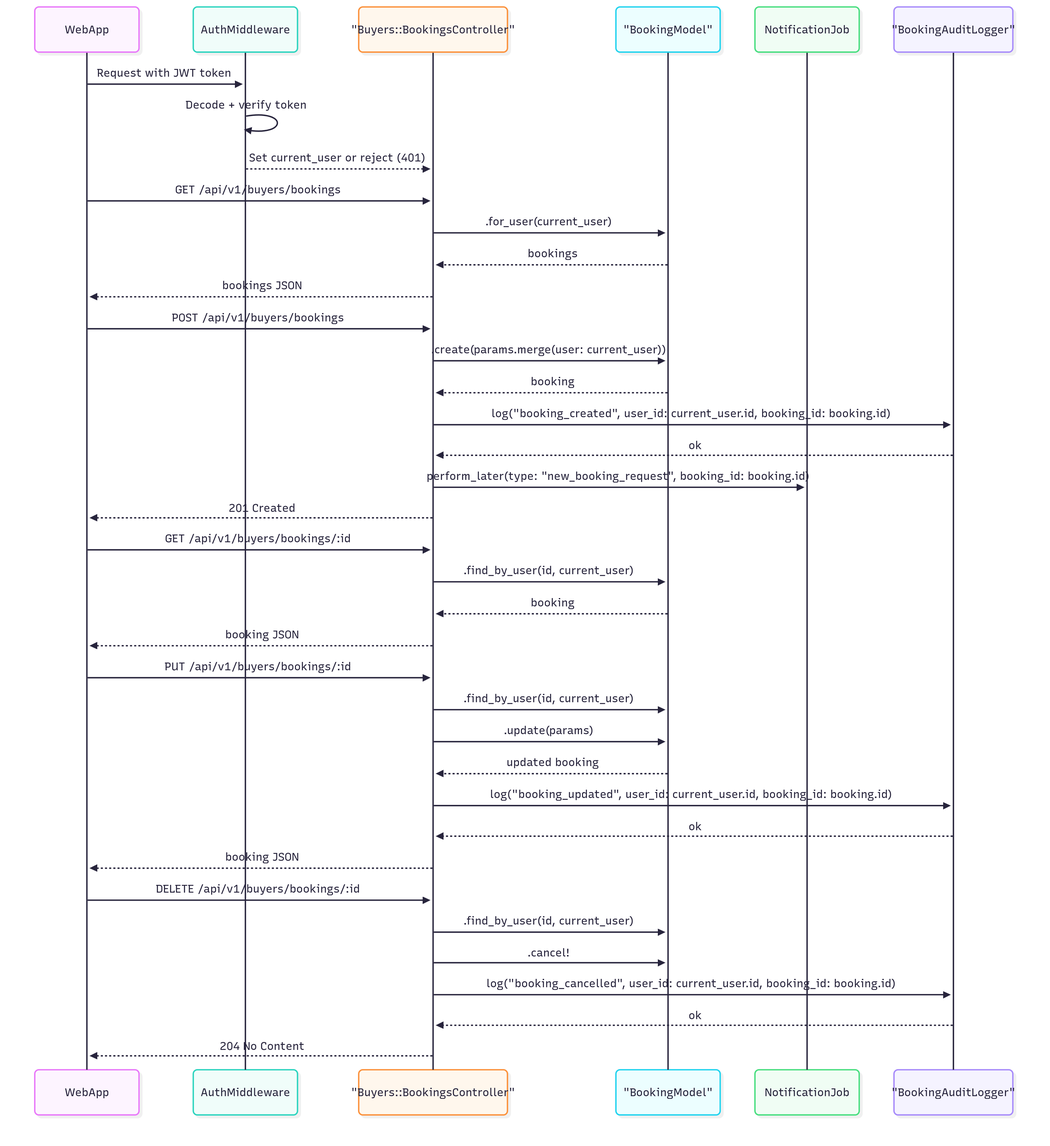
Earlier version of the Mermaid export diagrams/buyers/tour-booking.png (Video-API-architecture/architecture-proposal). Its source is kept beside it as diagrams/buyers/tour-booking.mermaid. Its diagram source:
```mermaid
sequenceDiagram
    participant WebApp
    participant Auth as AuthMiddleware
    participant BBAPI as "Buyers::BookingsController"
    participant BM as "BookingModel"
    participant NotificationJob
    participant Logger as "BookingAuditLogger"

    WebApp->>Auth: Request with JWT token
    Auth->>Auth: Decode + verify token
    Auth-->>BBAPI: Set current_user or reject (401)

    WebApp->>BBAPI: GET /api/v1/buyers/bookings
    BBAPI->>BM: .for_user(current_user)
    BM-->>BBAPI: bookings
    BBAPI-->>WebApp: bookings JSON

    WebApp->>BBAPI: POST /api/v1/buyers/bookings
    BBAPI->>BM: .create(params.merge(user: current_user))
    BM-->>BBAPI: booking
    BBAPI->>Logger: log("booking_created", user_id: current_user.id, booking_id: booking.id)
    Logger-->>BBAPI: ok
    BBAPI->>NotificationJob: perform_later(type: "new_booking_request", booking_id: booking.id)
    BBAPI-->>WebApp: 201 Created

    WebApp->>BBAPI: GET /api/v1/buyers/bookings/:id
    BBAPI->>BM: .find_by_user(id, current_user)
    BM-->>BBAPI: booking
    BBAPI-->>WebApp: booking JSON

    WebApp->>BBAPI: PUT /api/v1/buyers/bookings/:id
    BBAPI->>BM: .find_by_user(id, current_user)
    BBAPI->>BM: .update(params)
    BM-->>BBAPI: updated booking
    BBAPI->>Logger: log("booking_updated", user_id: current_user.id, booking_id: booking.id)
    Logger-->>BBAPI: ok
    BBAPI-->>WebApp: booking JSON

    WebApp->>BBAPI: DELETE /api/v1/buyers/bookings/:id
    BBAPI->>BM: .find_by_user(id, current_user)
    BBAPI->>BM: .cancel!
    BBAPI->>Logger: log("booking_cancelled", user_id: current_user.id, booking_id: booking.id)
    Logger-->>BBAPI: ok
    BBAPI-->>WebApp: 204 No Content
```
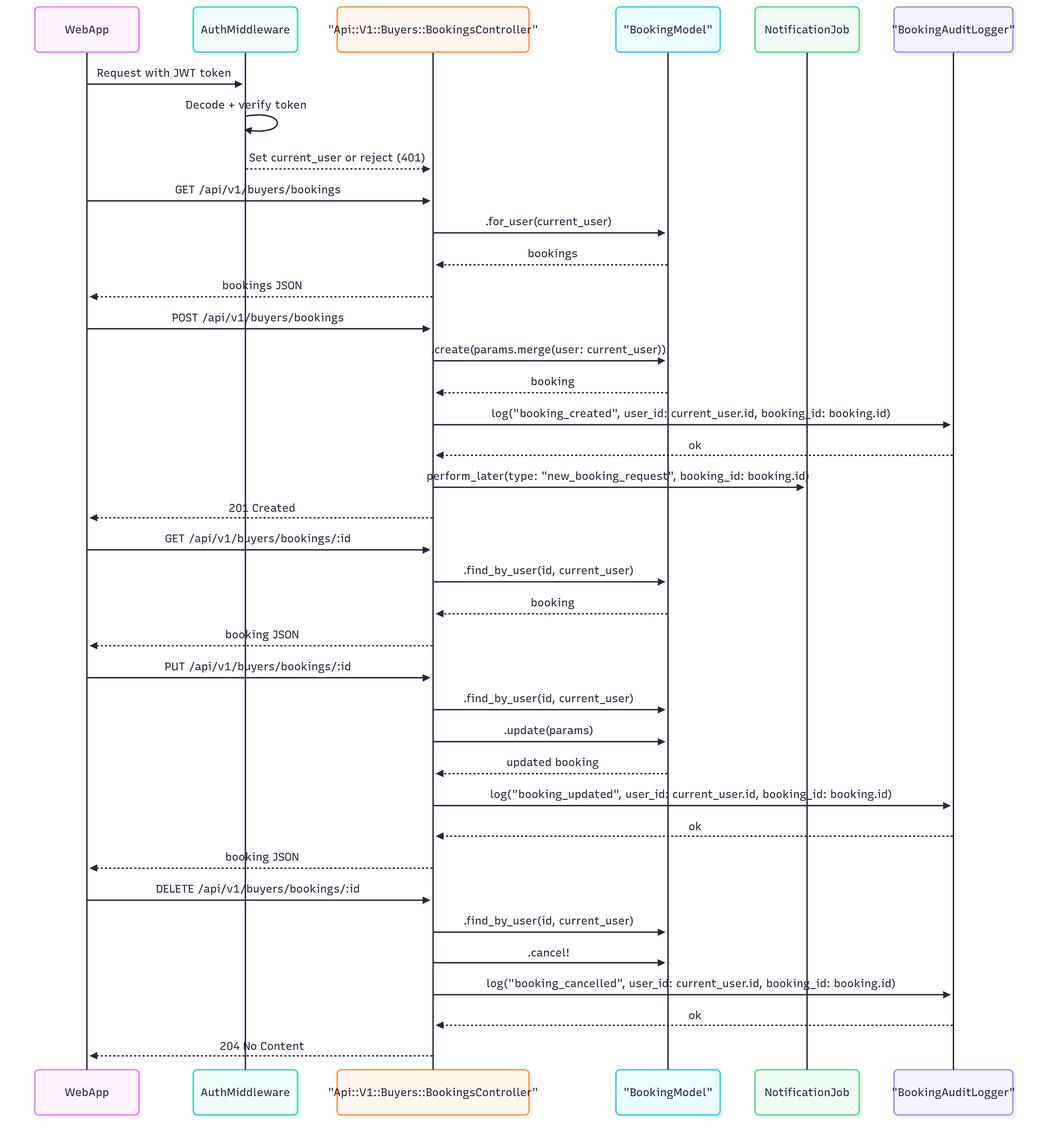
Above is the later version.

Diff of the diagram source:
```diff
@@ -1,7 +1,7 @@
 sequenceDiagram
     participant WebApp
     participant Auth as AuthMiddleware
-    participant BBAPI as "Buyers::BookingsController"
+    participant BBAPI as "Api::V1::Buyers::BookingsController"
     participant BM as "BookingModel"
     participant NotificationJob
     participant Logger as "BookingAuditLogger"
```
